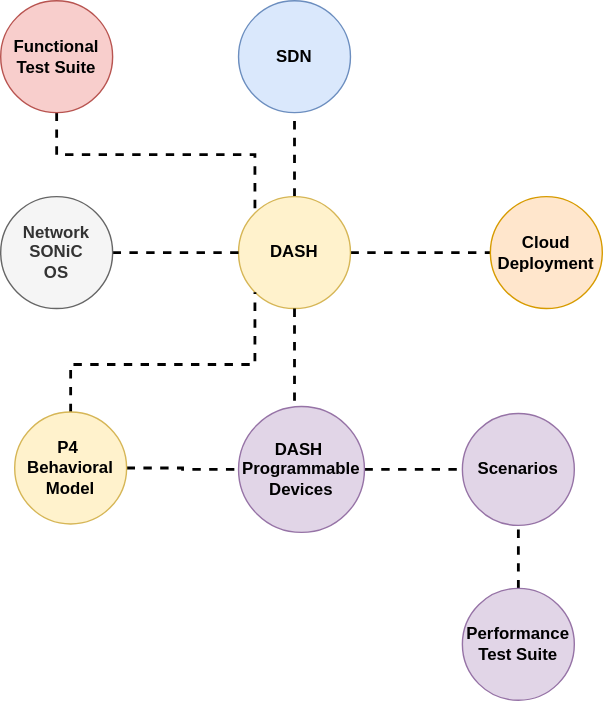
sonic-net/DASH keeps this draw.io diagram as documentation/general/design/images/hld/dash-hld-project-ecosystem.svg. Above is the earlier version. Source tidied: cells renumbered, new cells last; positions are measured from the earlier drawing's top-left corner, leaving out a move shared by most shapes. Source of this version:
```xml
<mxGraphModel>
  <root>
    <mxCell id="0" />
    <mxCell id="1" parent="0" />
    <mxCell id="2" style="edgeStyle=orthogonalEdgeStyle;rounded=0;jettySize=auto;html=1;exitX=0.5;exitY=0;exitDx=0;exitDy=0;entryX=0.5;entryY=1;entryDx=0;entryDy=0;endArrow=none;endFill=0;strokeWidth=2;dashed=1;" parent="1" edge="1" source="4" target="11">
      <mxGeometry relative="1" as="geometry" />
    </mxCell>
    <mxCell id="3" style="edgeStyle=orthogonalEdgeStyle;rounded=0;jettySize=auto;html=1;exitX=1;exitY=0.5;exitDx=0;exitDy=0;dashed=1;endArrow=none;endFill=0;strokeWidth=2;" parent="1" edge="1" source="4" target="5">
      <mxGeometry relative="1" as="geometry" />
    </mxCell>
    <mxCell id="4" value="&lt;b&gt;DASH&lt;/b&gt;" style="ellipse;whiteSpace=wrap;html=1;fillColor=#fff2cc;strokeColor=#d6b656;" parent="1" vertex="1">
      <mxGeometry x="170" y="140" width="80" height="80" as="geometry" />
    </mxCell>
    <mxCell id="5" value="&lt;b&gt;Cloud Deployment&lt;/b&gt;" style="ellipse;whiteSpace=wrap;html=1;fillColor=#ffe6cc;strokeColor=#d79b00;" parent="1" vertex="1">
      <mxGeometry x="350" y="140" width="80" height="80" as="geometry" />
    </mxCell>
    <mxCell id="6" style="edgeStyle=orthogonalEdgeStyle;rounded=0;jettySize=auto;html=1;exitX=1;exitY=0.5;exitDx=0;exitDy=0;entryX=0;entryY=0.5;entryDx=0;entryDy=0;dashed=1;endArrow=none;endFill=0;strokeWidth=2;" parent="1" edge="1" source="7" target="4">
      <mxGeometry relative="1" as="geometry" />
    </mxCell>
    <mxCell id="7" value="&lt;b&gt;Network&lt;br&gt;SONiC&lt;br&gt;OS&lt;br&gt;&lt;/b&gt;" style="ellipse;whiteSpace=wrap;html=1;fillColor=#f5f5f5;strokeColor=#666666;fontColor=#333333;" parent="1" vertex="1">
      <mxGeometry y="140" width="80" height="80" as="geometry" />
    </mxCell>
    <mxCell id="8" style="edgeStyle=orthogonalEdgeStyle;rounded=0;jettySize=auto;html=1;exitX=0.5;exitY=0;exitDx=0;exitDy=0;dashed=1;endArrow=none;endFill=0;strokeWidth=2;entryX=0.5;entryY=1;entryDx=0;entryDy=0;" parent="1" edge="1" target="4">
      <mxGeometry relative="1" as="geometry">
        <mxPoint x="210" y="286" as="sourcePoint" />
      </mxGeometry>
    </mxCell>
    <mxCell id="9" style="edgeStyle=orthogonalEdgeStyle;rounded=0;jettySize=auto;html=1;exitX=1;exitY=0.5;exitDx=0;exitDy=0;entryX=0;entryY=0.5;entryDx=0;entryDy=0;dashed=1;endArrow=none;endFill=0;strokeWidth=2;" parent="1" edge="1" source="10" target="12">
      <mxGeometry relative="1" as="geometry" />
    </mxCell>
    <mxCell id="10" value="&lt;b&gt;&lt;br&gt;&lt;br&gt;DASH&amp;nbsp; Programmable Devices&lt;br&gt;&amp;nbsp;&lt;br&gt;&lt;br&gt;&lt;/b&gt;" style="ellipse;whiteSpace=wrap;html=1;fillColor=#e1d5e7;strokeColor=#9673a6;" parent="1" vertex="1">
      <mxGeometry x="170" y="290" width="90" height="90" as="geometry" />
    </mxCell>
    <mxCell id="11" value="&lt;b&gt;SDN&lt;/b&gt;" style="ellipse;whiteSpace=wrap;html=1;fillColor=#dae8fc;strokeColor=#6c8ebf;" parent="1" vertex="1">
      <mxGeometry x="170" width="80" height="80" as="geometry" />
    </mxCell>
    <mxCell id="12" value="&lt;b&gt;Scenarios&lt;br&gt;&lt;/b&gt;" style="ellipse;whiteSpace=wrap;html=1;fillColor=#e1d5e7;strokeColor=#9673a6;" parent="1" vertex="1">
      <mxGeometry x="330" y="295" width="80" height="80" as="geometry" />
    </mxCell>
    <mxCell id="13" style="edgeStyle=orthogonalEdgeStyle;rounded=0;jettySize=auto;html=1;exitX=0.5;exitY=0;exitDx=0;exitDy=0;entryX=0.5;entryY=1;entryDx=0;entryDy=0;dashed=1;endArrow=none;endFill=0;strokeWidth=2;" parent="1" edge="1" source="14" target="12">
      <mxGeometry relative="1" as="geometry" />
    </mxCell>
    <mxCell id="14" value="&lt;b&gt;Performance&lt;br&gt;Test Suite&lt;br&gt;&lt;/b&gt;" style="ellipse;whiteSpace=wrap;html=1;fillColor=#e1d5e7;strokeColor=#9673a6;" parent="1" vertex="1">
      <mxGeometry x="330" y="420" width="80" height="80" as="geometry" />
    </mxCell>
    <mxCell id="15" style="edgeStyle=orthogonalEdgeStyle;rounded=0;jettySize=auto;html=1;exitX=1;exitY=0.5;exitDx=0;exitDy=0;entryX=0;entryY=0.5;entryDx=0;entryDy=0;dashed=1;endArrow=none;endFill=0;strokeWidth=2;" parent="1" edge="1" source="17" target="10">
      <mxGeometry relative="1" as="geometry" />
    </mxCell>
    <mxCell id="16" style="edgeStyle=orthogonalEdgeStyle;rounded=0;jettySize=auto;html=1;exitX=0.5;exitY=0;exitDx=0;exitDy=0;entryX=0;entryY=1;entryDx=0;entryDy=0;dashed=1;endArrow=none;endFill=0;strokeWidth=2;" parent="1" edge="1" source="17" target="4">
      <mxGeometry relative="1" as="geometry">
        <Array as="points">
          <mxPoint x="50" y="260" />
          <mxPoint x="182" y="260" />
        </Array>
      </mxGeometry>
    </mxCell>
    <mxCell id="17" value="&lt;b&gt;P4&amp;nbsp;&lt;br&gt;Behavioral&lt;br&gt;Model&lt;br&gt;&lt;/b&gt;" style="ellipse;whiteSpace=wrap;html=1;fillColor=#fff2cc;strokeColor=#d6b656;" parent="1" vertex="1">
      <mxGeometry x="10" y="294" width="80" height="80" as="geometry" />
    </mxCell>
    <mxCell id="18" style="edgeStyle=orthogonalEdgeStyle;rounded=0;jettySize=auto;html=1;exitX=0.5;exitY=1;exitDx=0;exitDy=0;entryX=0;entryY=0;entryDx=0;entryDy=0;dashed=1;endArrow=none;endFill=0;strokeWidth=2;" parent="1" edge="1" source="19" target="4">
      <mxGeometry relative="1" as="geometry" />
    </mxCell>
    <mxCell id="19" value="&lt;b&gt;Functional&lt;br&gt;Test Suite&lt;br&gt;&lt;/b&gt;" style="ellipse;whiteSpace=wrap;html=1;fillColor=#f8cecc;strokeColor=#b85450;" parent="1" vertex="1">
      <mxGeometry width="80" height="80" as="geometry" />
    </mxCell>
  </root>
</mxGraphModel>
```
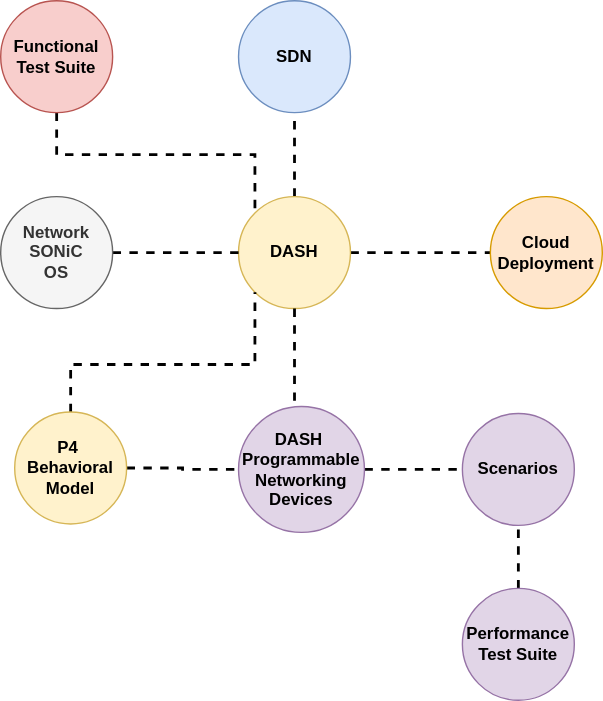
The same file after the commit.

The edit, as a diff of the source:
```diff
@@ -28,7 +28,7 @@
     <mxCell id="9" style="edgeStyle=orthogonalEdgeStyle;rounded=0;jettySize=auto;html=1;exitX=1;exitY=0.5;exitDx=0;exitDy=0;entryX=0;entryY=0.5;entryDx=0;entryDy=0;dashed=1;endArrow=none;endFill=0;strokeWidth=2;" parent="1" edge="1" source="10" target="12">
       <mxGeometry relative="1" as="geometry" />
     </mxCell>
-    <mxCell id="10" value="&lt;b&gt;&lt;br&gt;&lt;br&gt;DASH&amp;nbsp; Programmable Devices&lt;br&gt;&amp;nbsp;&lt;br&gt;&lt;br&gt;&lt;/b&gt;" style="ellipse;whiteSpace=wrap;html=1;fillColor=#e1d5e7;strokeColor=#9673a6;" parent="1" vertex="1">
+    <mxCell id="10" value="&lt;b&gt;&lt;br&gt;&lt;br&gt;DASH&amp;nbsp; Programmable&lt;br&gt;Networking Devices&lt;br&gt;&amp;nbsp;&lt;br&gt;&lt;br&gt;&lt;/b&gt;" style="ellipse;whiteSpace=wrap;html=1;fillColor=#e1d5e7;strokeColor=#9673a6;" parent="1" vertex="1">
       <mxGeometry x="170" y="290" width="90" height="90" as="geometry" />
     </mxCell>
     <mxCell id="11" value="&lt;b&gt;SDN&lt;/b&gt;" style="ellipse;whiteSpace=wrap;html=1;fillColor=#dae8fc;strokeColor=#6c8ebf;" parent="1" vertex="1">
```
